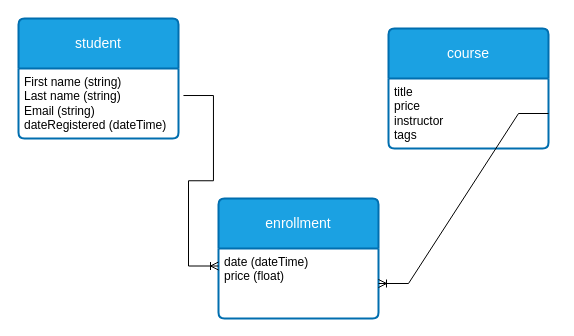
Above: 未命名绘图.drawio in YiliSong9818/drawio (draw.io), before the change. Source tidied: cells renumbered, new cells numbered last; positions are measured from the earlier drawing's top-left corner, leaving out a move shared by most shapes. Both pictures are drawn from the tidied source at 100%, with x=0, y=0 at pixel (18, 18).
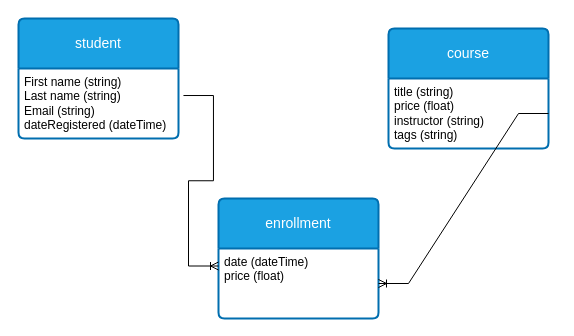
After the change.

The edit, as a diff of the source:
```diff
@@
 <mxGraphModel>
   <root>
     <mxCell id="0" />
     <mxCell id="1" parent="0" />
     <mxCell id="2" value="student" style="swimlane;horizontal=1;startSize=50;rounded=1;fontSize=14;fontStyle=0;strokeWidth=2;shadow=0;dashed=0;align=center;arcSize=4;whiteSpace=wrap;html=1;fillColor=#1ba1e2;fontColor=#ffffff;strokeColor=#006EAF;" parent="1" vertex="1">
       <mxGeometry width="160" height="120" as="geometry" />
     </mxCell>
     <mxCell id="3" value="First name (string)&lt;br&gt;Last name (string)&lt;br&gt;Email (string)&lt;br&gt;dateRegistered (dateTime)" style="align=left;strokeColor=none;fillColor=none;spacingLeft=4;fontSize=12;verticalAlign=top;html=1;" parent="2" vertex="1">
       <mxGeometry y="50" width="160" height="70" as="geometry" />
     </mxCell>
     <mxCell id="4" value="course" style="swimlane;horizontal=1;startSize=50;rounded=1;fontSize=14;fontStyle=0;strokeWidth=2;shadow=0;dashed=0;align=center;arcSize=4;whiteSpace=wrap;html=1;fillColor=#1ba1e2;fontColor=#ffffff;strokeColor=#006EAF;" parent="1" vertex="1">
       <mxGeometry x="370" y="10" width="160" height="120" as="geometry" />
     </mxCell>
-    <mxCell id="5" value="title&lt;br&gt;price&lt;br&gt;instructor&lt;br&gt;tags" style="align=left;strokeColor=none;fillColor=none;spacingLeft=4;fontSize=12;verticalAlign=top;html=1;" parent="4" vertex="1">
+    <mxCell id="5" value="title (string)&lt;br&gt;price (float)&lt;br&gt;instructor (string)&lt;br&gt;tags (string)" style="align=left;strokeColor=none;fillColor=none;spacingLeft=4;fontSize=12;verticalAlign=top;html=1;" parent="4" vertex="1">
       <mxGeometry y="50" width="160" height="70" as="geometry" />
     </mxCell>
     <mxCell id="6" value="enrollment" style="swimlane;horizontal=1;startSize=50;rounded=1;fontSize=14;fontStyle=0;strokeWidth=2;shadow=0;dashed=0;align=center;arcSize=4;whiteSpace=wrap;html=1;fillColor=#1ba1e2;fontColor=#ffffff;strokeColor=#006EAF;" parent="1" vertex="1">
       <mxGeometry x="200" y="180" width="160" height="120" as="geometry" />
     </mxCell>
     <mxCell id="7" value="date (dateTime)&lt;br&gt;price (float)" style="align=left;strokeColor=none;fillColor=none;spacingLeft=4;fontSize=12;verticalAlign=top;html=1;" parent="6" vertex="1">
       <mxGeometry y="50" width="160" height="70" as="geometry" />
     </mxCell>
     <mxCell id="8" style="edgeStyle=entityRelationEdgeStyle;fontSize=12;html=1;endArrow=ERoneToMany;rounded=0;exitX=1.031;exitY=0.386;exitDx=0;exitDy=0;exitPerimeter=0;entryX=0;entryY=0.25;entryDx=0;entryDy=0;" parent="1" edge="1" source="3" target="7">
       <mxGeometry relative="1" as="geometry" />
     </mxCell>
     <mxCell id="9" style="edgeStyle=entityRelationEdgeStyle;fontSize=12;html=1;endArrow=ERoneToMany;rounded=0;entryX=1;entryY=0.5;entryDx=0;entryDy=0;exitX=1;exitY=0.5;exitDx=0;exitDy=0;" parent="1" edge="1" source="5" target="7">
       <mxGeometry relative="1" as="geometry" />
     </mxCell>
   </root>
 </mxGraphModel>
```
